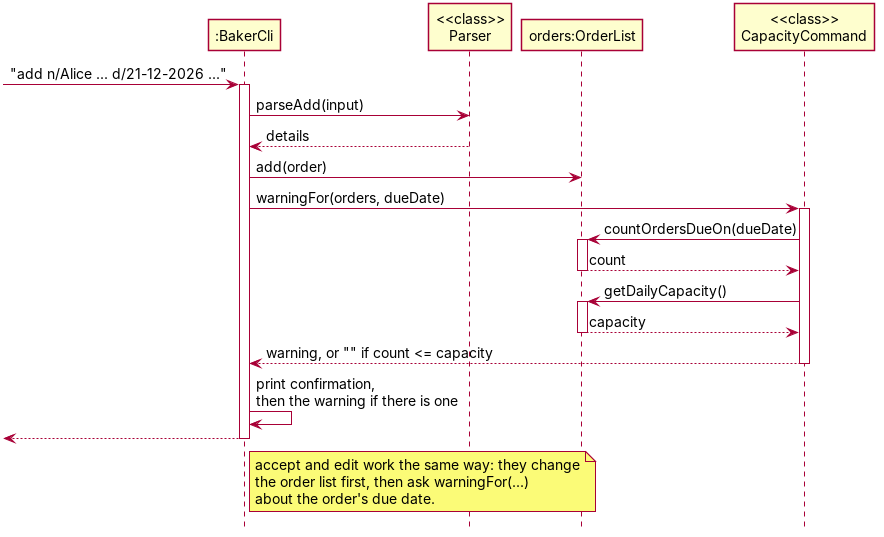
Before: docs/diagrams/CapacitySequence.png, a diagram exported from PlantUML (AY2627S1-CS2113-W12-1/tp). Its source is kept beside it as docs/diagrams/CapacitySequence.puml. Its diagram source:
```plantuml
@startuml
skinparam shadowing false
skinparam defaultFontSize 14
hide footbox

participant ":BakerCli" as Cli
participant "<<class>>\nParser" as Parser
participant "orders:OrderList" as Orders
participant "<<class>>\nCapacityCommand" as Cap

[-> Cli : "add n/Alice ... d/21-12-2026 ..."
activate Cli
Cli -> Parser : parseAdd(input)
Parser --> Cli : details
Cli -> Orders : add(order)
Cli -> Cap : warningFor(orders, dueDate)
activate Cap
Cap -> Orders : countOrdersDueOn(dueDate)
activate Orders
Orders --> Cap : count
deactivate Orders
Cap -> Orders : getDailyCapacity()
activate Orders
Orders --> Cap : capacity
deactivate Orders
Cap --> Cli : warning, or "" if count <= capacity
deactivate Cap

Cli -> Cli : print confirmation,\nthen the warning if there is one
[<-- Cli
deactivate Cli

note right of Cli
  accept and edit work the same way: they change
  the order list first, then ask warningFor(...)
  about the order's due date.
end note
@enduml
```
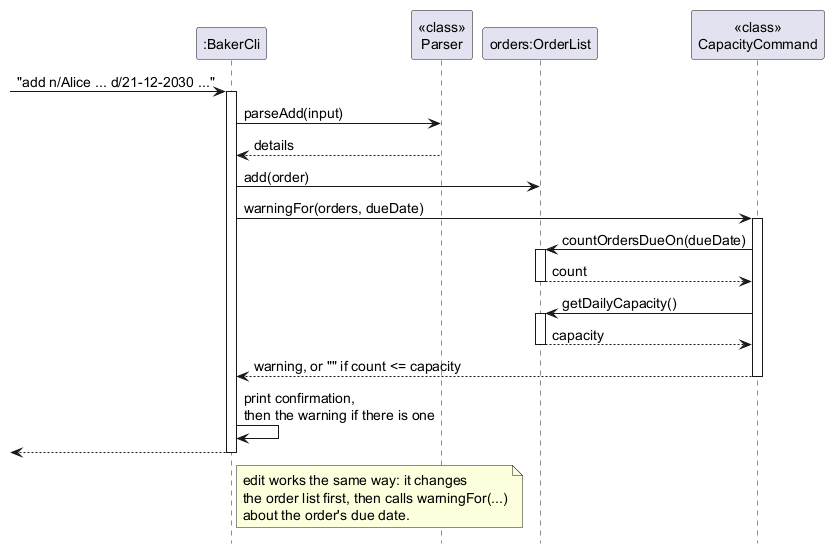
Later version of the same file.

The edit, as a diff of the source:
```diff
@@ -8,7 +8,7 @@
 participant "orders:OrderList" as Orders
 participant "<<class>>\nCapacityCommand" as Cap
 
-[-> Cli : "add n/Alice ... d/21-12-2026 ..."
+[-> Cli : "add n/Alice ... d/21-12-2030 ..."
 activate Cli
 Cli -> Parser : parseAdd(input)
 Parser --> Cli : details
@@ -31,8 +31,8 @@
 deactivate Cli
 
 note right of Cli
-  accept and edit work the same way: they change
-  the order list first, then ask warningFor(...)
+  edit works the same way: it changes
+  the order list first, then calls warningFor(...)
   about the order's due date.
 end note
 @enduml
```
